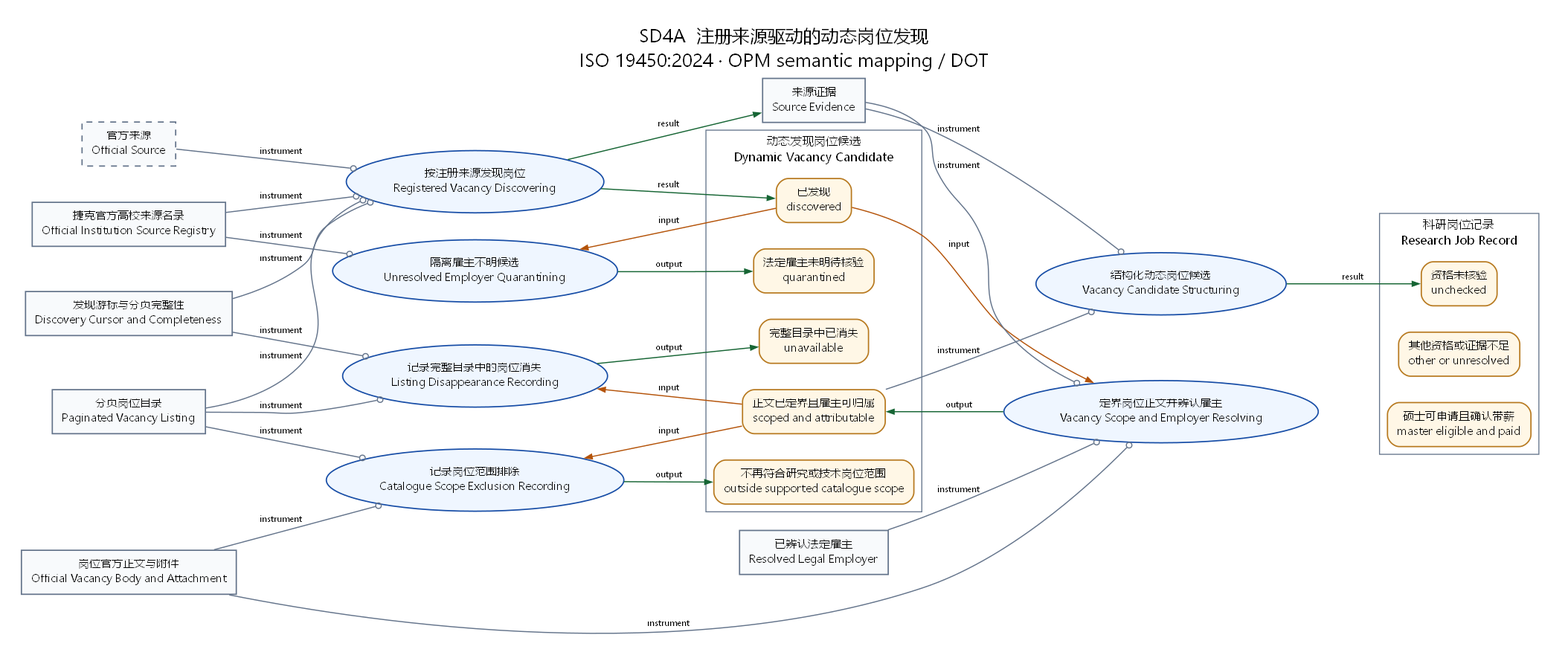
Before: opm/SD4A.png, a diagram exported from Graphviz (witold-andelie/Czech-Uni-Application). Its source is kept beside it as opm/SD4A.dot.
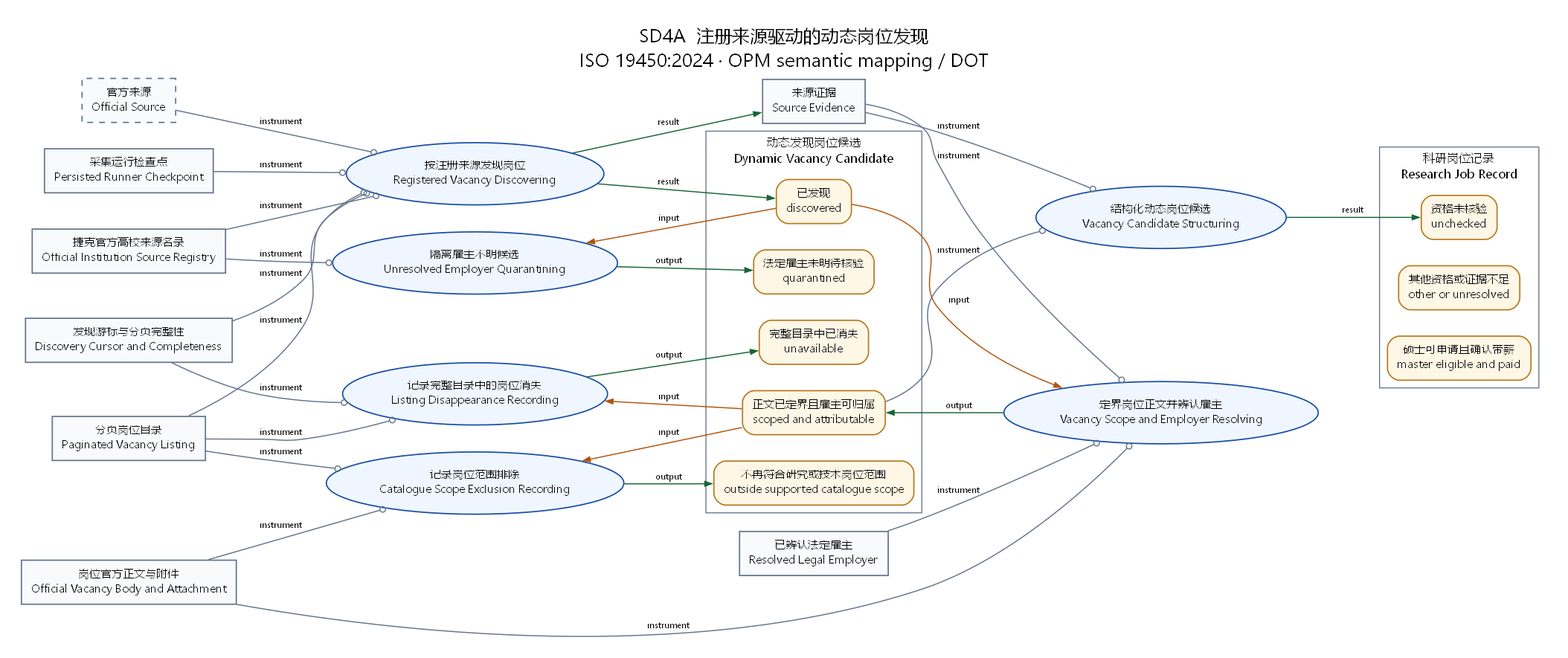
The same diagram one commit later.

Change to the diagram source:
```diff
@@ -21,6 +21,7 @@
   legalemployer [label="已辨认法定雇主\nResolved Legal Employer", shape="box", style="filled", fillcolor="#F8FAFC", color="#64748B", opm_kind="object"];
   listingpage [label="分页岗位目录\nPaginated Vacancy Listing", shape="box", style="filled", fillcolor="#F8FAFC", color="#64748B", opm_kind="object"];
   registry [label="捷克官方高校来源名录\nOfficial Institution Source Registry", shape="box", style="filled", fillcolor="#F8FAFC", color="#64748B", opm_kind="object"];
+  runnercheckpoint [label="采集运行检查点\nPersisted Runner Checkpoint", shape="box", style="filled", fillcolor="#F8FAFC", color="#64748B", opm_kind="object"];
   source [label="官方来源\nOfficial Source", shape="box", style="dashed,filled", fillcolor="#F8FAFC", color="#64748B", opm_kind="object"];
   vacancydetail [label="岗位官方正文与附件\nOfficial Vacancy Body and Attachment", shape="box", style="filled", fillcolor="#F8FAFC", color="#64748B", opm_kind="object"];
   vacancydisappear [label="记录完整目录中的岗位消失\nListing Disappearance Recording", shape="ellipse", style="filled", fillcolor="#EFF6FF", color="#174DA6", opm_kind="process"];
@@ -33,6 +34,7 @@
   registry -> vacancydiscover [arrowhead="odot", color="#64748B", label="instrument", opm_relation="instrument"];
   listingpage -> vacancydiscover [arrowhead="odot", color="#64748B", label="instrument", opm_relation="instrument"];
   discoverycursor -> vacancydiscover [arrowhead="odot", color="#64748B", label="instrument", opm_relation="instrument"];
+  runnercheckpoint -> vacancydiscover [arrowhead="odot", color="#64748B", label="instrument", opm_relation="instrument"];
   vacancydiscover -> vacancydiscovered [arrowhead="normal", color="#166534", label="result", opm_relation="result"];
   vacancydiscover -> evidence [arrowhead="normal", color="#166534", label="result", opm_relation="result"];
   vacancydiscovered -> vacancyqualify [arrowhead="normal", color="#B45309", label="input", opm_relation="input"];
```
